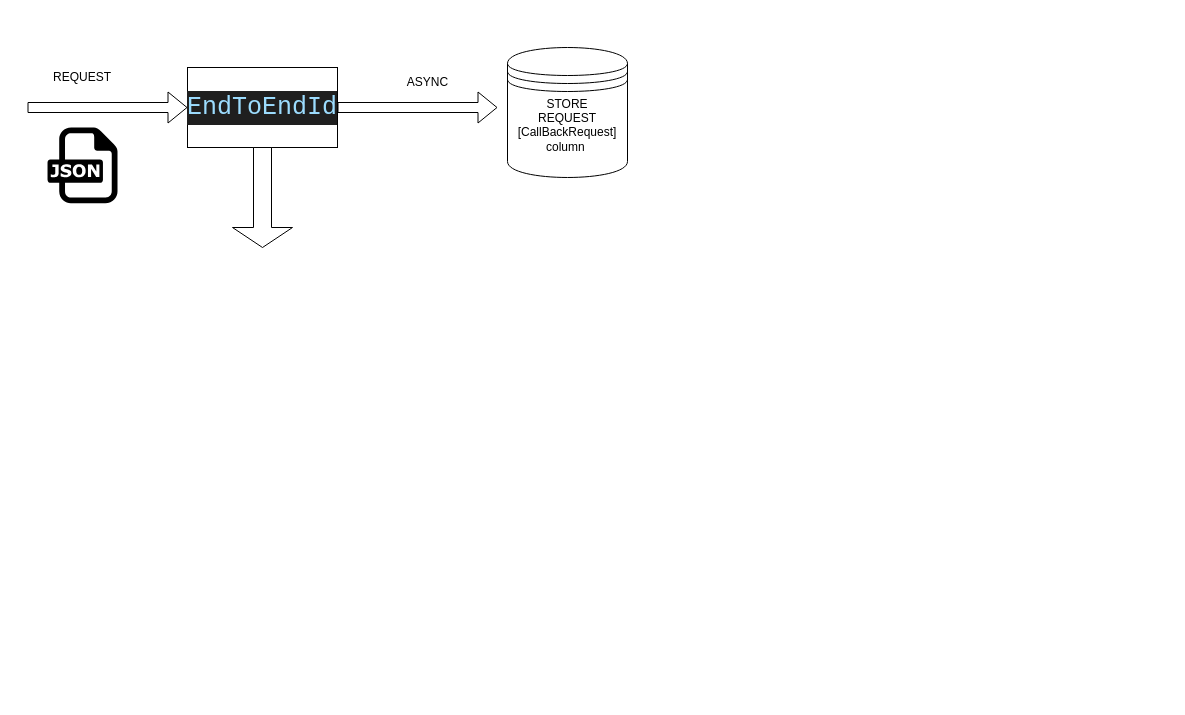
evankahenya/portfolio keeps this draw.io diagram as Untitled Diagram.drawio. Above is the earlier version. Source tidied: cells renumbered, new cells numbered last; positions are measured from the earlier drawing's top-left corner, leaving out a move shared by most shapes. Both pictures are drawn from the tidied source at 100%, with x=0, y=0 at pixel (27, 47).
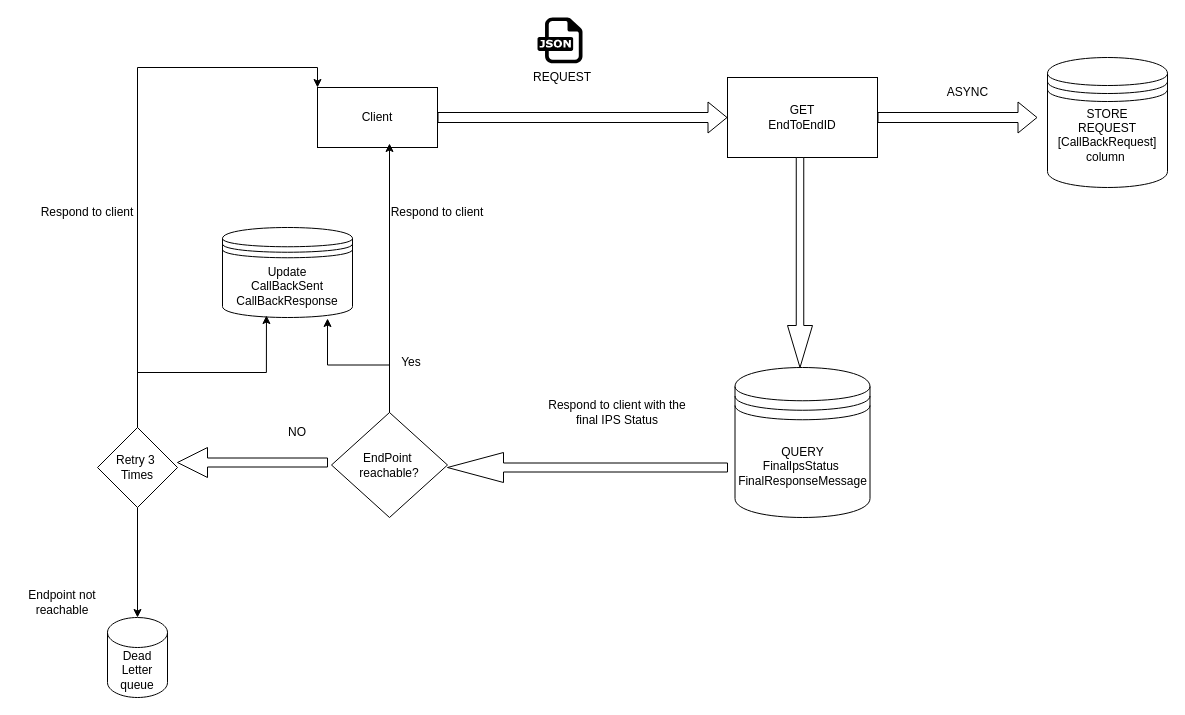
The same page after the edit.

Commit message:
mobile-api-pesalink

Diff of the diagram source:
```diff
@@
-    <mxCell id="2" style="shape=flexArrow;endArrow=classic;html=1;rounded=0;entryX=0;entryY=0.5;entryDx=0;entryDy=0;" parent="1" edge="1" target="6">
-      <mxGeometry relative="1" as="geometry">
-        <mxPoint y="60" as="sourcePoint" />
-      </mxGeometry>
+    <mxCell id="2" style="shape=flexArrow;endArrow=classic;html=1;rounded=0;entryX=0;entryY=0.5;entryDx=0;entryDy=0;exitX=1;exitY=0.5;exitDx=0;exitDy=0;" parent="1" edge="1" source="12" target="6">
+      <mxGeometry relative="1" as="geometry" />
     </mxCell>
     <mxCell id="3" value="REQUEST" style="text;html=1;align=center;verticalAlign=middle;whiteSpace=wrap;rounded=0;" parent="1" vertex="1">
-      <mxGeometry x="10" y="10" width="90" height="40" as="geometry" />
+      <mxGeometry x="490" y="10" width="90" height="40" as="geometry" />
     </mxCell>
     <mxCell id="4" style="dashed=0;html=1;align=center;labelPosition=center;verticalLabelPosition=bottom;verticalAlign=top;shape=mxgraph.weblogos.json;" parent="1" vertex="1">
-      <mxGeometry x="20" y="80" width="70" height="75.8" as="geometry" />
+      <mxGeometry x="510" y="-30" width="45" height="45.8" as="geometry" />
     </mxCell>
     <mxCell id="5" value="STORE&lt;div&gt;REQUEST&lt;/div&gt;&lt;div&gt;[CallBackRequest]&lt;/div&gt;&lt;div&gt;column&amp;nbsp;&lt;/div&gt;&lt;div&gt;&lt;br&gt;&lt;/div&gt;" style="shape=datastore;whiteSpace=wrap;html=1;" parent="1" vertex="1">
-      <mxGeometry x="480" width="120" height="130" as="geometry" />
+      <mxGeometry x="1020" y="10" width="120" height="130" as="geometry" />
     </mxCell>
-    <mxCell id="6" value="&lt;div style=&quot;color: rgb(204, 204, 204); background-color: rgb(31, 31, 31); font-family: Consolas, &amp;quot;Courier New&amp;quot;, monospace; font-size: 25px; line-height: 34px; white-space: pre;&quot;&gt;&lt;span style=&quot;color: #9cdcfe;&quot;&gt;EndToEndId&lt;/span&gt;&lt;/div&gt;" style="rounded=0;whiteSpace=wrap;html=1;" parent="1" vertex="1">
-      <mxGeometry x="160" y="20" width="150" height="80" as="geometry" />
+    <mxCell id="6" value="GET&lt;div&gt;EndToEndID&lt;/div&gt;" style="rounded=0;whiteSpace=wrap;html=1;" parent="1" vertex="1">
+      <mxGeometry x="700" y="30" width="150" height="80" as="geometry" />
     </mxCell>
     <mxCell id="7" style="shape=flexArrow;endArrow=classic;html=1;rounded=0;exitX=1;exitY=0.5;exitDx=0;exitDy=0;" parent="1" edge="1" source="6">
       <mxGeometry relative="1" as="geometry">
-        <mxPoint x="470" y="60" as="targetPoint" />
+        <mxPoint x="1010" y="70" as="targetPoint" />
       </mxGeometry>
     </mxCell>
     <mxCell id="8" value="ASYNC" style="text;html=1;align=center;verticalAlign=middle;strokeColor=none;fillColor=none;" parent="1" vertex="1">
-      <mxGeometry x="370" y="20" width="60" height="30" as="geometry" />
+      <mxGeometry x="910" y="30" width="60" height="30" as="geometry" />
     </mxCell>
+    <mxCell id="10" style="edgeStyle=orthogonalEdgeStyle;rounded=0;jettySize=auto;html=1;" parent="1" edge="1" source="9" target="11">
+      <mxGeometry relative="1" as="geometry" />
+    </mxCell>
     <mxCell id="9" style="shape=singleArrow;direction=south;whiteSpace=wrap;html=1;" parent="1" vertex="1">
-      <mxGeometry x="205" y="100" width="60" height="100" as="geometry" />
+      <mxGeometry x="760" y="110" width="25" height="210" as="geometry" />
     </mxCell>
+    <mxCell id="11" value="QUERY&lt;div&gt;FinalIpsStatus&amp;nbsp;&lt;/div&gt;&lt;div&gt;FinalResponseMessage&lt;/div&gt;" style="shape=datastore;whiteSpace=wrap;html=1;" parent="1" vertex="1">
+      <mxGeometry x="707.5" y="320" width="135" height="150" as="geometry" />
+    </mxCell>
+    <mxCell id="12" value="Client" style="rounded=0;whiteSpace=wrap;html=1;" parent="1" vertex="1">
+      <mxGeometry x="290" y="40" width="120" height="60" as="geometry" />
+    </mxCell>
+    <mxCell id="13" value="EndPoint&amp;nbsp;&lt;div&gt;reachable?&lt;/div&gt;" style="rhombus;whiteSpace=wrap;html=1;" parent="1" vertex="1">
+      <mxGeometry x="304" y="365" width="116" height="105" as="geometry" />
+    </mxCell>
+    <mxCell id="14" style="shape=singleArrow;direction=west;whiteSpace=wrap;html=1;" parent="1" vertex="1">
+      <mxGeometry x="420" y="405" width="280" height="30" as="geometry" />
+    </mxCell>
+    <mxCell id="15" value="Respond to client with the final IPS Status" style="text;html=1;align=center;verticalAlign=middle;whiteSpace=wrap;rounded=0;" parent="1" vertex="1">
+      <mxGeometry x="520" y="350" width="140" height="30" as="geometry" />
+    </mxCell>
+    <mxCell id="16" value="Yes" style="text;html=1;align=center;verticalAlign=middle;whiteSpace=wrap;rounded=0;" parent="1" vertex="1">
+      <mxGeometry x="354" y="300" width="60" height="30" as="geometry" />
+    </mxCell>
+    <mxCell id="17" value="NO" style="text;html=1;align=center;verticalAlign=middle;whiteSpace=wrap;rounded=0;" parent="1" vertex="1">
+      <mxGeometry x="240" y="370" width="60" height="30" as="geometry" />
+    </mxCell>
+    <mxCell id="18" style="shape=singleArrow;direction=west;whiteSpace=wrap;html=1;" parent="1" vertex="1">
+      <mxGeometry x="150" y="400" width="150" height="30" as="geometry" />
+    </mxCell>
+    <mxCell id="19" style="edgeStyle=orthogonalEdgeStyle;rounded=0;jettySize=auto;html=1;exitX=0.5;exitY=1;exitDx=0;exitDy=0;" parent="1" edge="1" source="21" target="22">
+      <mxGeometry relative="1" as="geometry" />
+    </mxCell>
+    <mxCell id="20" style="edgeStyle=orthogonalEdgeStyle;rounded=0;jettySize=auto;html=1;exitX=0.5;exitY=0;exitDx=0;exitDy=0;entryX=0;entryY=0;entryDx=0;entryDy=0;" parent="1" edge="1" source="21" target="12">
+      <mxGeometry relative="1" as="geometry" />
+    </mxCell>
+    <mxCell id="21" value="Retry 3&amp;nbsp;&lt;div&gt;Times&lt;/div&gt;" style="rhombus;whiteSpace=wrap;html=1;" parent="1" vertex="1">
+      <mxGeometry x="70" y="380" width="80" height="80" as="geometry" />
+    </mxCell>
+    <mxCell id="22" value="Dead&lt;div&gt;Letter queue&lt;/div&gt;" style="shape=cylinder3;whiteSpace=wrap;html=1;boundedLbl=1;backgroundOutline=1;size=15;" parent="1" vertex="1">
+      <mxGeometry x="80" y="570" width="60" height="80" as="geometry" />
+    </mxCell>
+    <mxCell id="23" value="Update&lt;div&gt;CallBackSent&lt;/div&gt;&lt;div&gt;CallBackResponse&lt;/div&gt;" style="shape=datastore;whiteSpace=wrap;html=1;" parent="1" vertex="1">
+      <mxGeometry x="195" y="180" width="130" height="90" as="geometry" />
+    </mxCell>
+    <mxCell id="24" style="edgeStyle=orthogonalEdgeStyle;rounded=0;jettySize=auto;html=1;exitX=0.5;exitY=0;exitDx=0;exitDy=0;entryX=0.338;entryY=0.978;entryDx=0;entryDy=0;entryPerimeter=0;" parent="1" edge="1" source="21" target="23">
+      <mxGeometry relative="1" as="geometry" />
+    </mxCell>
+    <mxCell id="25" style="edgeStyle=orthogonalEdgeStyle;rounded=0;jettySize=auto;html=1;exitX=0.5;exitY=0;exitDx=0;exitDy=0;entryX=0.808;entryY=1.011;entryDx=0;entryDy=0;entryPerimeter=0;" parent="1" edge="1" source="13" target="23">
+      <mxGeometry relative="1" as="geometry" />
+    </mxCell>
+    <mxCell id="26" value="Endpoint not reachable" style="text;html=1;align=center;verticalAlign=middle;whiteSpace=wrap;rounded=0;" parent="1" vertex="1">
+      <mxGeometry x="-10" y="540" width="90" height="30" as="geometry" />
+    </mxCell>
+    <mxCell id="27" style="edgeStyle=orthogonalEdgeStyle;rounded=0;jettySize=auto;html=1;exitX=0.5;exitY=0;exitDx=0;exitDy=0;entryX=0.6;entryY=0.933;entryDx=0;entryDy=0;entryPerimeter=0;" parent="1" edge="1" source="13" target="12">
+      <mxGeometry relative="1" as="geometry" />
+    </mxCell>
+    <mxCell id="28" value="Respond to client" style="text;html=1;align=center;verticalAlign=middle;whiteSpace=wrap;rounded=0;" parent="1" vertex="1">
+      <mxGeometry x="360" y="150" width="100" height="30" as="geometry" />
+    </mxCell>
+    <mxCell id="29" value="Respond to client" style="text;html=1;align=center;verticalAlign=middle;whiteSpace=wrap;rounded=0;" parent="1" vertex="1">
+      <mxGeometry x="10" y="150" width="100" height="30" as="geometry" />
+    </mxCell>
```
